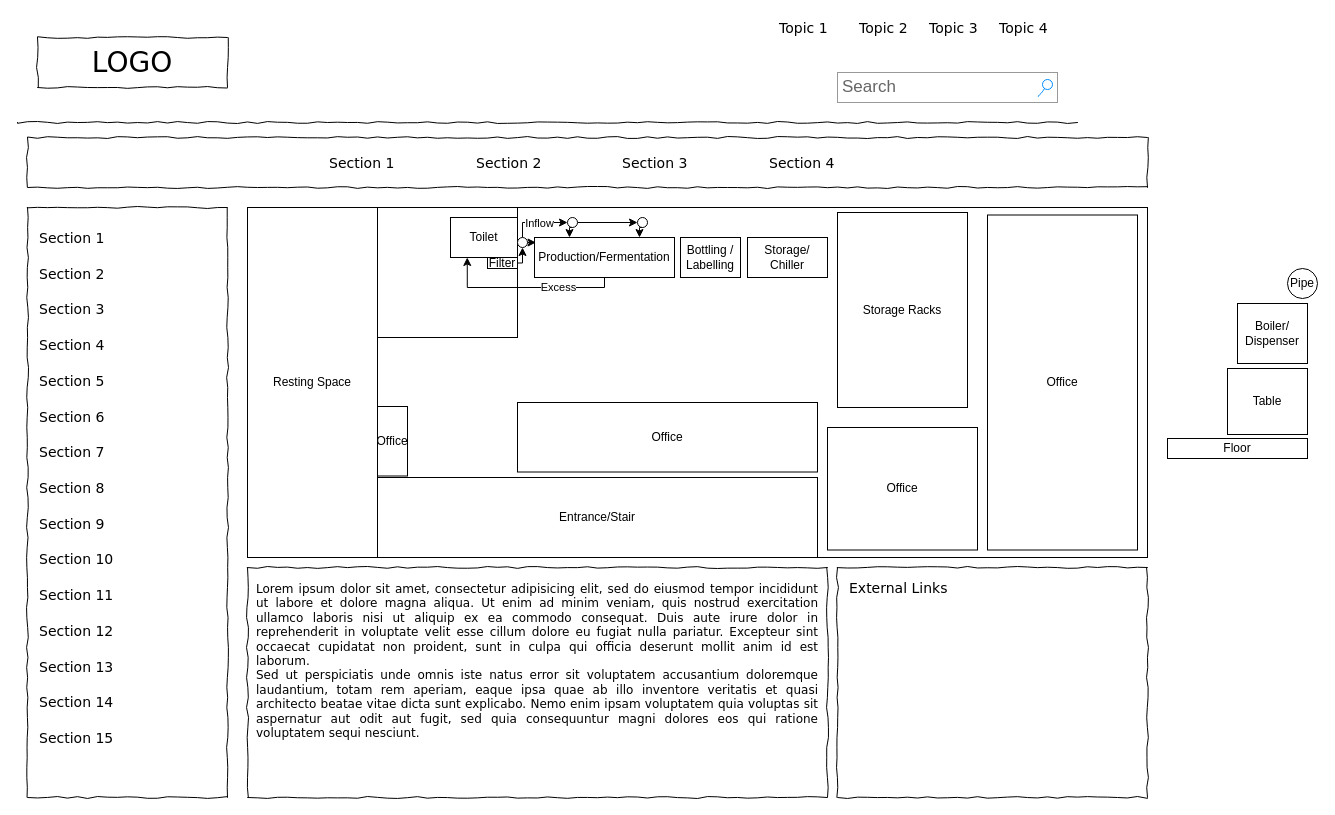
afirdaus04/layoutenstek keeps this draw.io diagram as Untitled Diagram.drawio. Above is the earlier version. Source tidied: cells renumbered, new cells numbered last; positions are measured from the earlier drawing's top-left corner, leaving out a move shared by most shapes. Both pictures are drawn from the tidied source at 100%, with x=0, y=0 at pixel (17, 17).
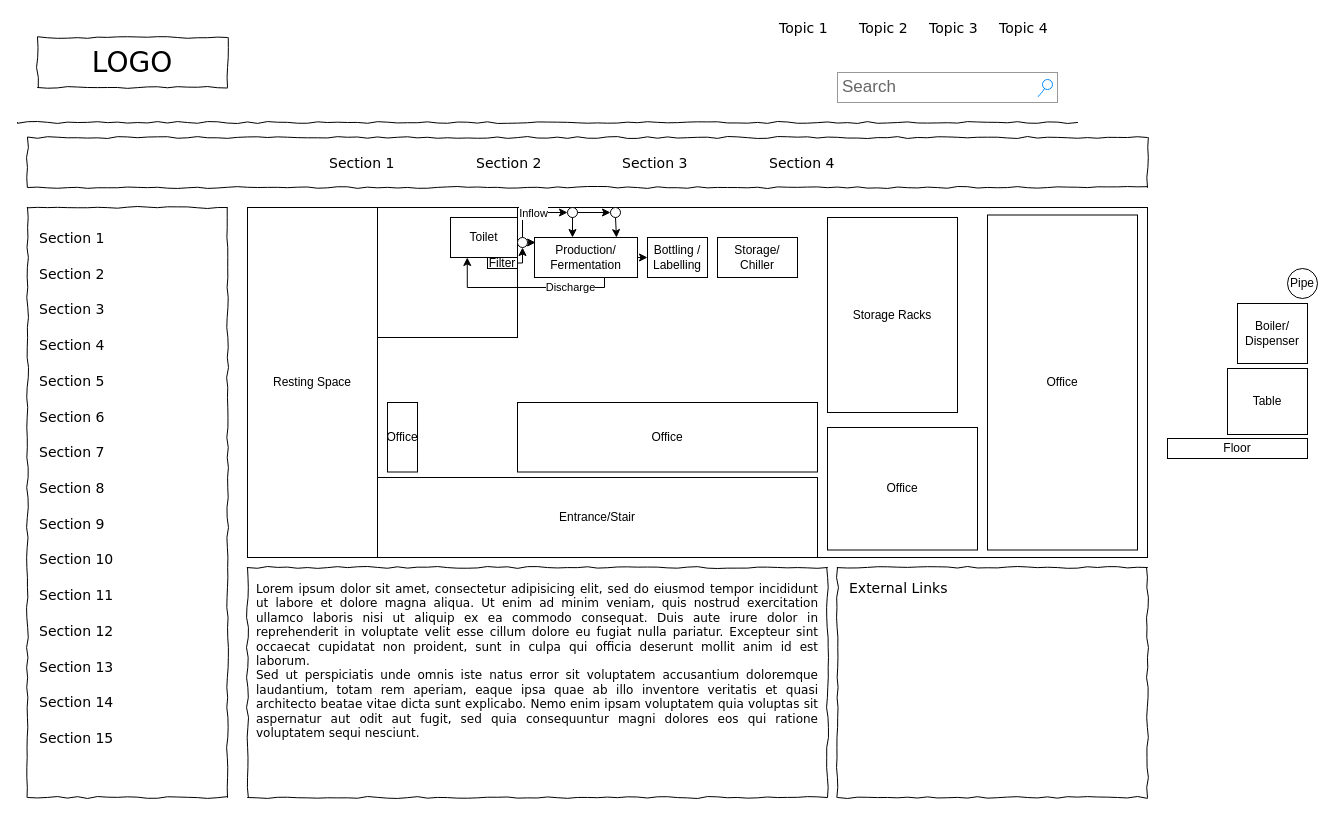
Above is the later version.

The change refers to these unchanged cells:
```xml
<mxCell id="36" style="edgeStyle=orthogonalEdgeStyle;rounded=0;jettySize=auto;html=1;exitX=0.5;exitY=1;exitDx=0;exitDy=0;entryX=0.25;entryY=1;entryDx=0;entryDy=0;" parent="1" edge="1" source="38" target="43">
  <mxGeometry relative="1" as="geometry">
    <Array as="points">
      <mxPoint x="587" y="270" />
      <mxPoint x="450" y="270" />
    </Array>
  </mxGeometry>
</mxCell>
<mxCell id="52" style="ellipse;whiteSpace=wrap;html=1;" parent="1" vertex="1">
  <mxGeometry x="500" y="220" width="10" height="10" as="geometry" />
</mxCell>
```

The edit, as a diff of the source:
```diff
@@
-    <mxCell id="37" value="Excess" style="edgeLabel;html=1;align=center;verticalAlign=middle;" parent="36" vertex="1">
+    <mxCell id="37" value="Discharge" style="edgeLabel;html=1;align=center;verticalAlign=middle;" parent="36" vertex="1">
       <mxGeometry x="-0.36" y="-1" relative="1" as="geometry" />
     </mxCell>
+    <mxCell id="63" style="edgeStyle=orthogonalEdgeStyle;rounded=0;jettySize=auto;html=1;exitX=1;exitY=0.5;exitDx=0;exitDy=0;entryX=0;entryY=0.5;entryDx=0;entryDy=0;" parent="1" edge="1" source="38" target="39">
+      <mxGeometry relative="1" as="geometry" />
+    </mxCell>
-    <mxCell id="38" value="Production/Fermentation" style="rounded=0;whiteSpace=wrap;html=1;" parent="1" vertex="1">
-      <mxGeometry x="517" y="220" width="140" height="40" as="geometry" />
+    <mxCell id="38" value="Production/ Fermentation" style="rounded=0;whiteSpace=wrap;html=1;" parent="1" vertex="1">
+      <mxGeometry x="517" y="220" width="103" height="40" as="geometry" />
     </mxCell>
     <mxCell id="39" value="Bottling / Labelling" style="rounded=0;whiteSpace=wrap;html=1;" parent="1" vertex="1">
-      <mxGeometry x="663" y="220" width="60" height="40" as="geometry" />
+      <mxGeometry x="630" y="220" width="60" height="40" as="geometry" />
     </mxCell>
     <mxCell id="40" value="Storage/ Chiller" style="rounded=0;whiteSpace=wrap;html=1;" parent="1" vertex="1">
-      <mxGeometry x="730" y="220" width="80" height="40" as="geometry" />
+      <mxGeometry x="700" y="220" width="80" height="40" as="geometry" />
     </mxCell>
@@
-    <mxCell id="45" style="edgeStyle=orthogonalEdgeStyle;rounded=0;jettySize=auto;html=1;exitX=0.5;exitY=1;exitDx=0;exitDy=0;entryX=0.25;entryY=0;entryDx=0;entryDy=0;" parent="1" edge="1" source="46" target="38">
+    <mxCell id="45" style="edgeStyle=orthogonalEdgeStyle;rounded=0;jettySize=auto;html=1;exitX=0.5;exitY=1;exitDx=0;exitDy=0;entryX=0.369;entryY=0;entryDx=0;entryDy=0;entryPerimeter=0;" parent="1" edge="1" source="46" target="38">
       <mxGeometry relative="1" as="geometry" />
     </mxCell>
     <mxCell id="46" style="ellipse;whiteSpace=wrap;html=1;" parent="1" vertex="1">
-      <mxGeometry x="550" y="200" width="10" height="10" as="geometry" />
+      <mxGeometry x="550" y="190" width="10" height="10" as="geometry" />
     </mxCell>
-    <mxCell id="47" style="edgeStyle=orthogonalEdgeStyle;rounded=0;jettySize=auto;html=1;exitX=0.5;exitY=1;exitDx=0;exitDy=0;entryX=0.75;entryY=0;entryDx=0;entryDy=0;" parent="1" edge="1" source="48" target="38">
+    <mxCell id="47" style="edgeStyle=orthogonalEdgeStyle;rounded=0;jettySize=auto;html=1;exitX=0.5;exitY=1;exitDx=0;exitDy=0;entryX=0.796;entryY=0.002;entryDx=0;entryDy=0;entryPerimeter=0;" parent="1" edge="1" source="48" target="38">
       <mxGeometry relative="1" as="geometry">
         <Array as="points">
-          <mxPoint x="622" y="210" />
+          <mxPoint x="598" y="220" />
         </Array>
       </mxGeometry>
     </mxCell>
     <mxCell id="48" style="ellipse;whiteSpace=wrap;html=1;" parent="1" vertex="1">
-      <mxGeometry x="620" y="200" width="10" height="10" as="geometry" />
+      <mxGeometry x="593" y="190" width="10" height="10" as="geometry" />
     </mxCell>
     <mxCell id="49" style="edgeStyle=orthogonalEdgeStyle;rounded=0;jettySize=auto;html=1;exitX=0.5;exitY=0;exitDx=0;exitDy=0;entryX=0;entryY=0.5;entryDx=0;entryDy=0;" parent="1" edge="1" source="52" target="46">
       <mxGeometry relative="1" as="geometry">
         <Array as="points">
-          <mxPoint x="505" y="205" />
+          <mxPoint x="505" y="195" />
         </Array>
       </mxGeometry>
     </mxCell>
@@
     <mxCell id="58" value="Storage Racks" style="rounded=0;whiteSpace=wrap;html=1;" parent="1" vertex="1">
-      <mxGeometry x="820" y="195" width="130" height="195" as="geometry" />
+      <mxGeometry x="810" y="200" width="130" height="195" as="geometry" />
     </mxCell>
@@
     <mxCell id="62" value="Office" style="rounded=0;whiteSpace=wrap;html=1;" parent="1" vertex="1">
-      <mxGeometry x="360" y="389" width="30" height="69.5" as="geometry" />
+      <mxGeometry x="370" y="385" width="30" height="69.5" as="geometry" />
     </mxCell>
```
